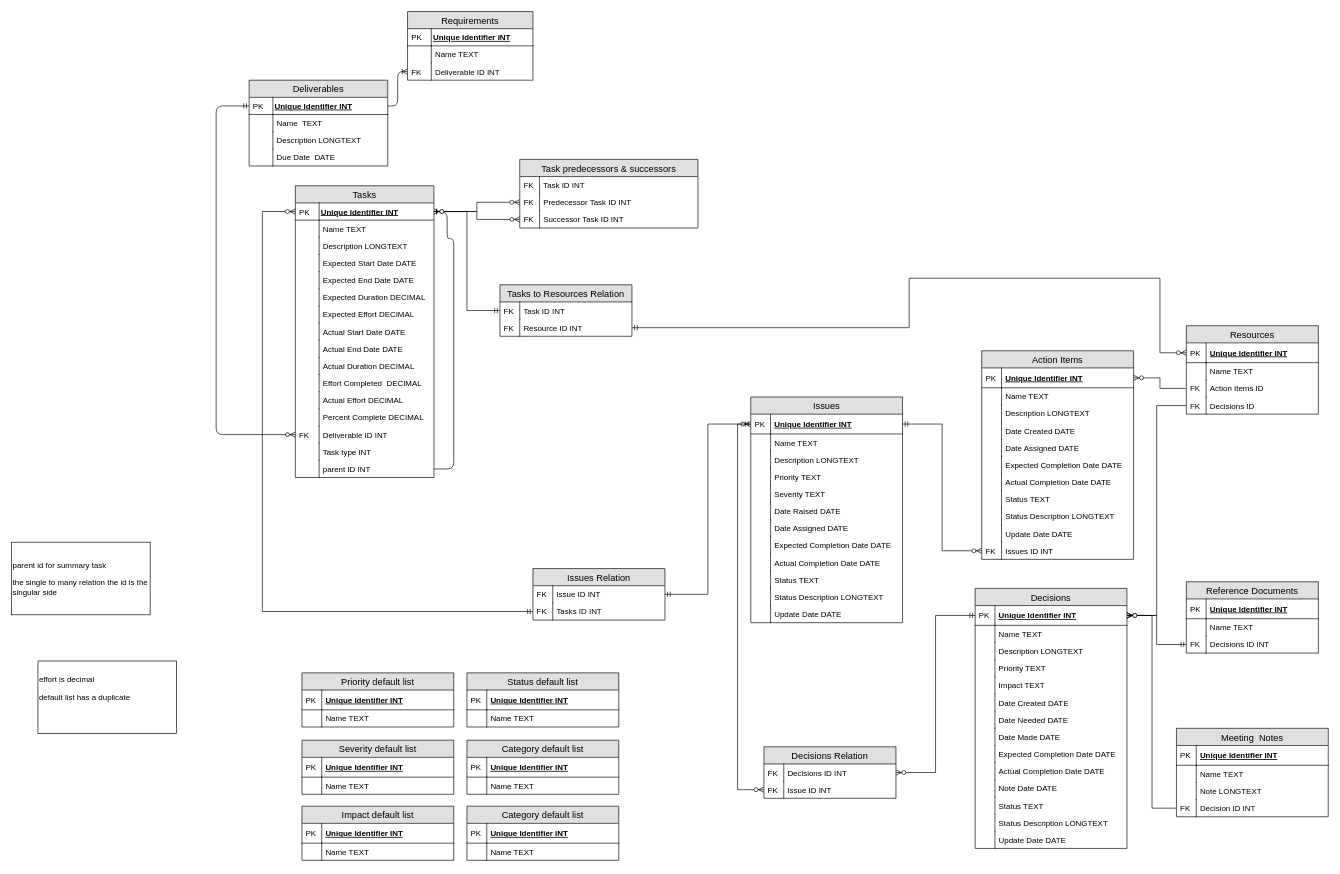
Earlier version of the draw.io diagram ERD.drawio (alicebalayan/comp380---project3). Source tidied: cells renumbered, new cells numbered last; positions are measured from the earlier drawing's top-left corner, leaving out a move shared by most shapes. Both pictures are drawn from the tidied source at 66%, with x=0, y=0 at pixel (11, 11).
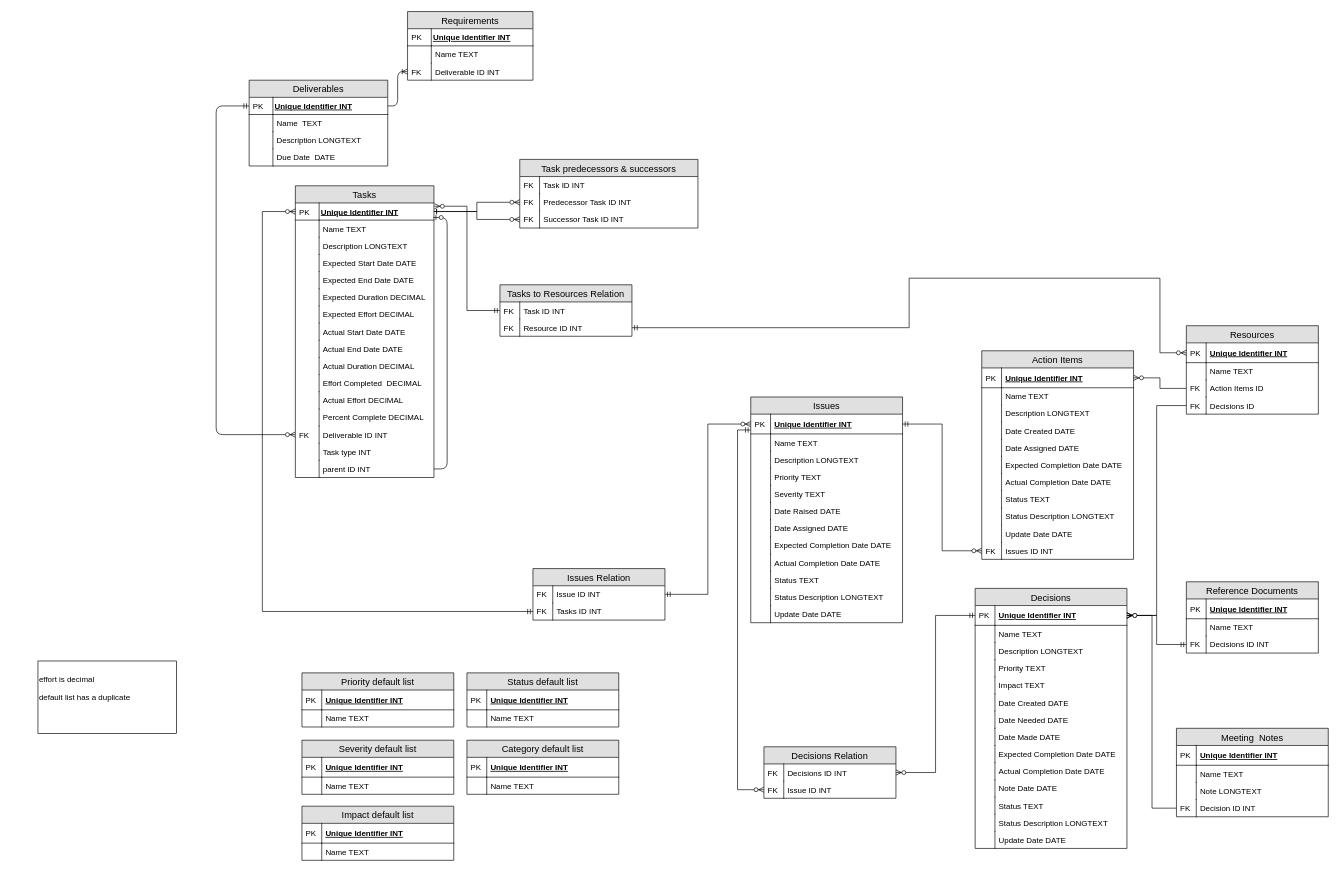
The same diagram, later.

Unchanged cells that the change refers to:
```xml
<mxCell id="3" value="Unique Identifier INT" style="shape=partialRectangle;top=0;left=0;right=0;bottom=1;align=left;verticalAlign=middle;fillColor=none;spacingLeft=34;spacingRight=4;overflow=hidden;points=[[0,0.5],[1,0.5]];portConstraint=eastwest;fontStyle=5;fontSize=12;" parent="2" vertex="1">
  <mxGeometry y="26" width="230" height="30" as="geometry" />
</mxCell>
<mxCell id="29" value="Unique Identifier INT" style="shape=partialRectangle;top=0;left=0;right=0;bottom=1;align=left;verticalAlign=middle;fillColor=none;spacingLeft=34;spacingRight=4;overflow=hidden;points=[[0,0.5],[1,0.5]];portConstraint=eastwest;fontStyle=5;fontSize=12;" parent="28" vertex="1">
  <mxGeometry y="26" width="230" height="30" as="geometry" />
</mxCell>
<mxCell id="93" value="Tasks" style="swimlane;fontStyle=0;horizontal=1;startSize=26;fontSize=14;fillColor=#e0e0e0;swimlaneFillColor=#ffffff;" parent="1" vertex="1">
  <mxGeometry x="430" y="264" width="210" height="442" as="geometry" />
</mxCell>
<mxCell id="94" value="Unique Identifier INT" style="shape=partialRectangle;top=0;left=0;right=0;bottom=1;align=left;verticalAlign=middle;fillColor=none;spacingLeft=37;spacingRight=4;overflow=hidden;points=[[0,0.5],[1,0.5]];portConstraint=eastwest;fontStyle=5;" parent="93" vertex="1">
  <mxGeometry y="26" width="210" height="26" as="geometry" />
</mxCell>
<mxCell id="124" value="parent ID INT" style="shape=partialRectangle;top=0;left=0;right=0;bottom=0;align=left;verticalAlign=top;fillColor=none;spacingLeft=40;spacingRight=4;overflow=hidden;points=[[0,0.5],[1,0.5]];portConstraint=eastwest;rounded=0;shadow=0;strokeWidth=1;" parent="93" vertex="1">
  <mxGeometry y="416" width="210" height="26" as="geometry" />
</mxCell>
<mxCell id="146" value="Decisions ID&#10;" style="shape=partialRectangle;top=0;left=0;right=0;bottom=0;align=left;verticalAlign=top;fillColor=none;spacingLeft=34;spacingRight=4;overflow=hidden;points=[[0,0.5],[1,0.5]];portConstraint=eastwest;fontSize=12;" parent="139" vertex="1">
  <mxGeometry y="108" width="200" height="26" as="geometry" />
</mxCell>
<mxCell id="154" value="Issue ID INT" style="shape=partialRectangle;top=0;left=0;right=0;bottom=0;align=left;verticalAlign=top;fillColor=none;spacingLeft=34;spacingRight=4;overflow=hidden;points=[[0,0.5],[1,0.5]];portConstraint=eastwest;fontSize=12;" parent="151" vertex="1">
  <mxGeometry y="52" width="200" height="26" as="geometry" />
</mxCell>
<mxCell id="177" value="Task ID INT" style="shape=partialRectangle;top=0;left=0;right=0;bottom=0;align=left;verticalAlign=top;fillColor=none;spacingLeft=34;spacingRight=4;overflow=hidden;points=[[0,0.5],[1,0.5]];portConstraint=eastwest;fontSize=12;" parent="176" vertex="1">
  <mxGeometry y="26" width="200" height="26" as="geometry" />
</mxCell>
```

Change to the diagram source:
```diff
@@
-    <mxCell id="126" style="fontSize=12;html=1;endArrow=ERzeroToOne;endFill=1;elbow=vertical;exitX=1;exitY=0.5;exitDx=0;exitDy=0;edgeStyle=orthogonalEdgeStyle;entryX=1;entryY=0.5;entryDx=0;entryDy=0;" parent="93" edge="1" source="124" target="94">
+    <mxCell id="126" style="fontSize=12;html=1;endArrow=ERzeroToOne;endFill=1;elbow=vertical;exitX=1;exitY=0.5;exitDx=0;exitDy=0;edgeStyle=orthogonalEdgeStyle;" parent="93" edge="1" source="124">
       <mxGeometry relative="1" as="geometry">
+        <mxPoint x="209" y="48" as="targetPoint" />
         <Array as="points">
-          <mxPoint x="240" y="429" />
-          <mxPoint x="240" y="80" />
-          <mxPoint x="230" y="80" />
-          <mxPoint x="230" y="39" />
+          <mxPoint x="230" y="429" />
+          <mxPoint x="230" y="48" />
         </Array>
       </mxGeometry>
     </mxCell>
@@
-    <mxCell id="150" style="edgeStyle=orthogonalEdgeStyle;rounded=0;jettySize=auto;html=1;exitX=0;exitY=0.5;exitDx=0;exitDy=0;entryX=0;entryY=0.5;entryDx=0;entryDy=0;startArrow=ERzeroToMany;startFill=1;endArrow=ERmandOne;endFill=0;" parent="1" edge="1" source="154" target="3">
+    <mxCell id="150" style="edgeStyle=orthogonalEdgeStyle;rounded=0;jettySize=auto;html=1;exitX=0;exitY=0.5;exitDx=0;exitDy=0;startArrow=ERzeroToMany;startFill=1;endArrow=ERmandOne;endFill=0;entryX=0;entryY=0.8;entryDx=0;entryDy=0;entryPerimeter=0;" parent="1" edge="1" source="154" target="3">
       <mxGeometry relative="1" as="geometry" />
     </mxCell>
@@
-    <mxCell id="173" value="&lt;p class=&quot;Paragraph&quot;&gt;parent id for summary task&amp;nbsp;&lt;br&gt;&lt;/p&gt;&lt;p class=&quot;Paragraph&quot;&gt;the single to many relation the id is the singular side&amp;nbsp;&lt;/p&gt;" style="rounded=0;whiteSpace=wrap;html=1;align=left;" parent="1" vertex="1">
-      <mxGeometry y="804" width="210" height="110" as="geometry" />
-    </mxCell>
-    <mxCell id="174" style="edgeStyle=orthogonalEdgeStyle;rounded=0;jettySize=auto;html=1;entryX=0;entryY=0.5;entryDx=0;entryDy=0;startArrow=ERzeroToMany;startFill=1;endArrow=ERmandOne;endFill=0;exitX=1;exitY=0.5;exitDx=0;exitDy=0;" parent="1" edge="1" source="94" target="177">
+    <mxCell id="174" style="edgeStyle=orthogonalEdgeStyle;rounded=0;jettySize=auto;html=1;entryX=0;entryY=0.5;entryDx=0;entryDy=0;startArrow=ERzeroToMany;startFill=1;endArrow=ERmandOne;endFill=0;exitX=1.003;exitY=0.192;exitDx=0;exitDy=0;exitPerimeter=0;" parent="1" edge="1" source="94" target="177">
       <mxGeometry relative="1" as="geometry" />
     </mxCell>
@@
-    <mxCell id="206" value="Category default list" style="swimlane;fontStyle=0;horizontal=1;startSize=26;fillColor=#e0e0e0;swimlaneFillColor=#ffffff;align=center;fontSize=14;" parent="1" vertex="1">
-      <mxGeometry x="690" y="1204" width="230" height="82" as="geometry" />
-    </mxCell>
-    <mxCell id="207" value="Unique Identifier INT" style="shape=partialRectangle;top=0;left=0;right=0;bottom=1;align=left;verticalAlign=middle;fillColor=none;spacingLeft=34;spacingRight=4;overflow=hidden;fontStyle=5;fontSize=12;" parent="206" vertex="1">
-      <mxGeometry y="26" width="230" height="30" as="geometry" />
-    </mxCell>
-    <mxCell id="208" value="PK" style="shape=partialRectangle;top=0;left=0;bottom=0;fillColor=none;align=left;verticalAlign=middle;spacingLeft=4;spacingRight=4;overflow=hidden;fontSize=12;" parent="207" vertex="1">
-      <mxGeometry width="30" height="30" as="geometry" />
-    </mxCell>
-    <mxCell id="209" value="Name TEXT" style="shape=partialRectangle;top=0;left=0;right=0;bottom=0;align=left;verticalAlign=top;fillColor=none;spacingLeft=34;spacingRight=4;overflow=hidden;fontSize=12;" parent="206" vertex="1">
-      <mxGeometry y="56" width="230" height="26" as="geometry" />
-    </mxCell>
-    <mxCell id="210" style="shape=partialRectangle;top=0;left=0;bottom=0;fillColor=none;align=left;verticalAlign=top;spacingLeft=4;spacingRight=4;overflow=hidden;fontSize=12;" parent="209" vertex="1">
-      <mxGeometry width="30" height="26" as="geometry" />
-    </mxCell>
-    <mxCell id="211" style="edgeStyle=elbowEdgeStyle;rounded=0;jettySize=auto;html=1;exitX=1;exitY=0.5;exitDx=0;exitDy=0;startArrow=ERzeroToMany;startFill=1;endArrow=none;endFill=0;entryX=0;entryY=0.5;entryDx=0;entryDy=0;" parent="1" edge="1" source="29" target="146">
+    <mxCell id="211" style="edgeStyle=elbowEdgeStyle;rounded=0;jettySize=auto;html=1;startArrow=ERzeroToMany;startFill=1;endArrow=none;endFill=0;entryX=0;entryY=0.5;entryDx=0;entryDy=0;exitX=1;exitY=0.5;exitDx=0;exitDy=0;" parent="1" edge="1" source="29" target="146">
       <mxGeometry relative="1" as="geometry" />
     </mxCell>
```
